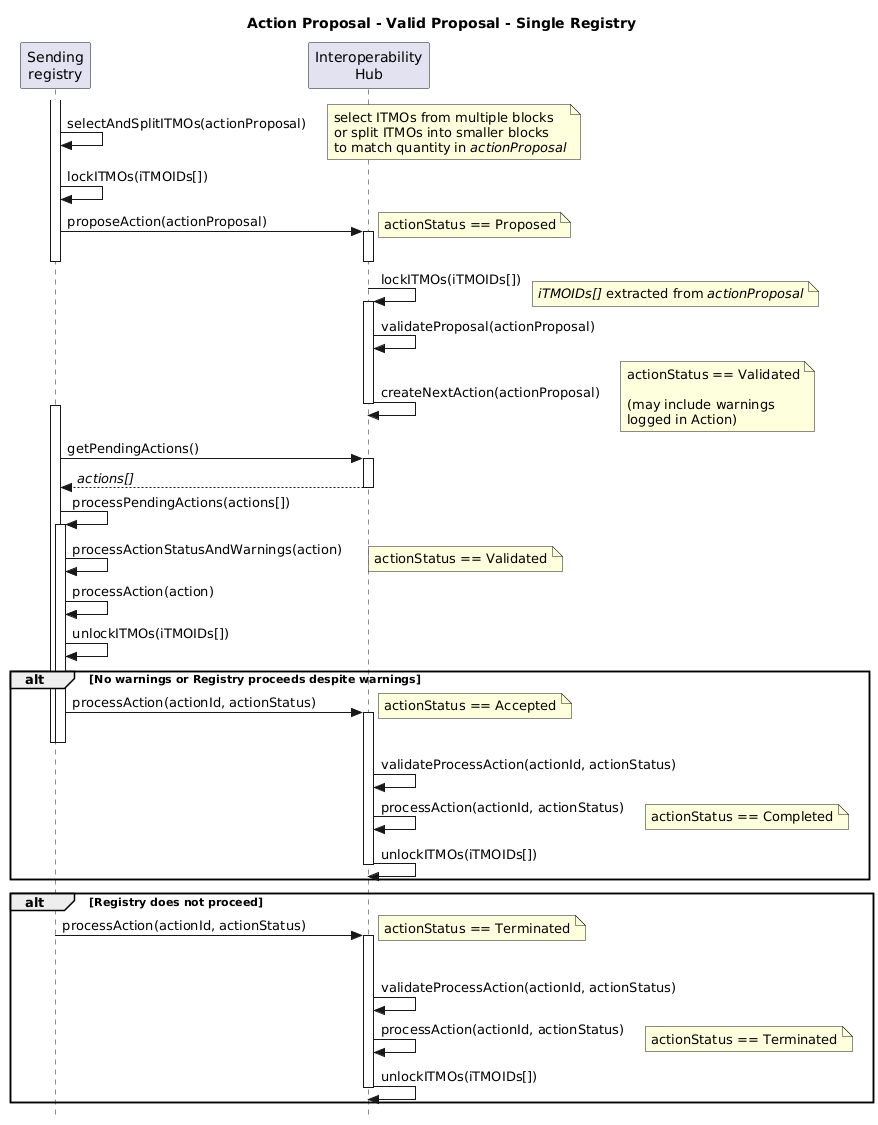
frankcnng/CARP keeps this PlantUML diagram as diagrams/actionProposal_Valid_SingleReg_Sequence.png. Above is the earlier version.
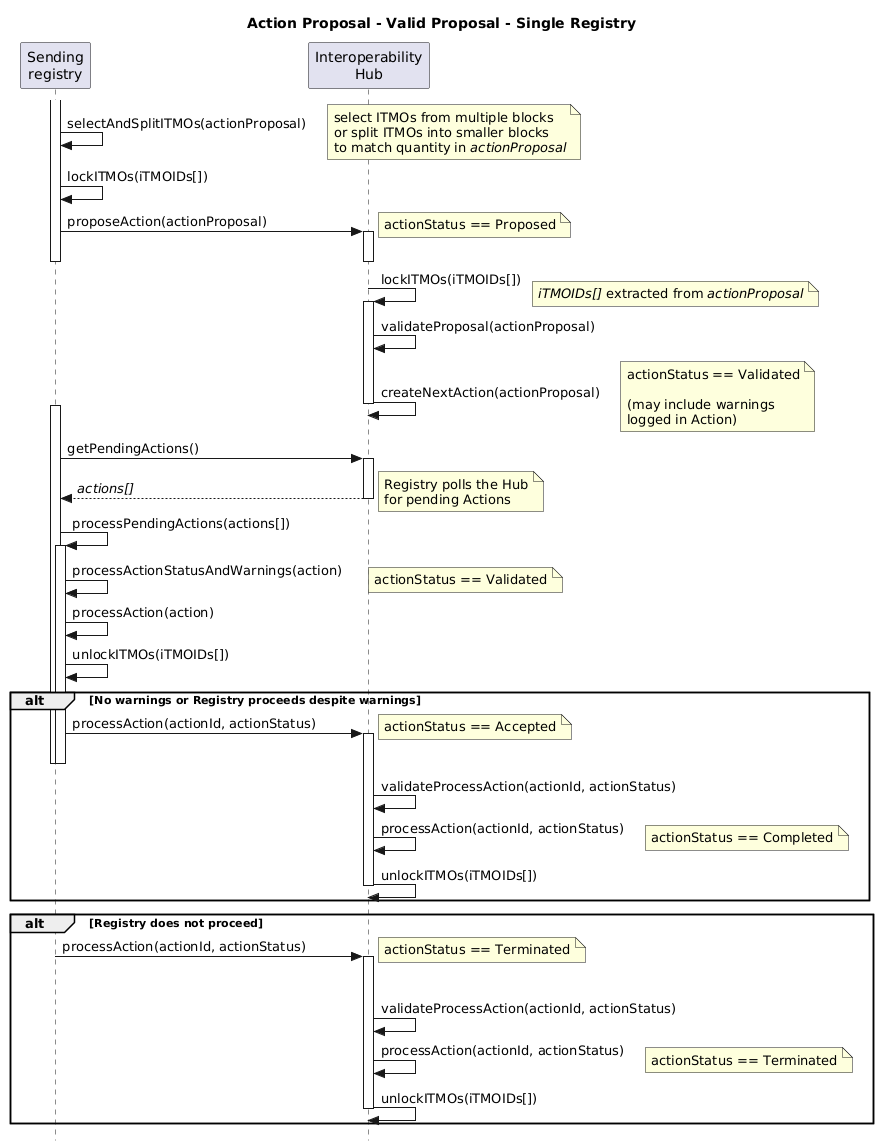
After the commit.

Commit message:
Commit from GitHub Actions (Run linters and build artifacts)

The edit, as a diff of the source:
```diff
@@ -27,6 +27,7 @@
 activate Sender
 Sender -> Hub++ : getPendingActions()
 Sender <-- Hub--: //actions[]//
+note right: Registry polls the Hub\nfor pending Actions
 
 Sender -> Sender: processPendingActions(actions[])
 activate Sender
```
